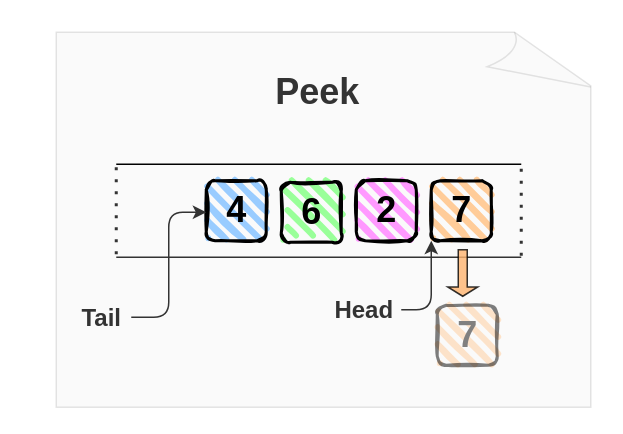
Earlier version of the draw.io diagram page "Peek" (2 of 5) of content/posts/123-javascript-queue/diagrams/queue.drawio (panzerdp/dmitripavlutin.com). Source tidied: cells renumbered, new cells numbered last; positions are measured from the earlier drawing's top-left corner, leaving out a move shared by most shapes. Both pictures are drawn from the tidied source at 150%, with x=0, y=0 at pixel (26, 32).
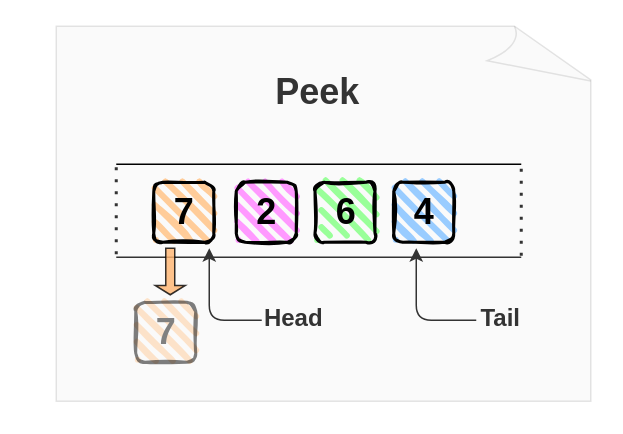
Above is the later version.

Diff of the diagram source:
```diff
@@
     <mxCell id="2" style="whiteSpace=wrap;html=1;shape=mxgraph.basic.document;rounded=1;fontSize=16;fontColor=#000099;opacity=10;sketch=0;fillColor=#CCCCCC;" parent="1" vertex="1">
-      <mxGeometry x="20" width="360" height="250" as="geometry" />
+      <mxGeometry x="20" y="-4" width="360" height="250" as="geometry" />
     </mxCell>
@@
-    <mxCell id="7" style="group;" parent="1" vertex="1">
-      <mxGeometry x="120" y="99" width="40" height="40" as="geometry" />
-    </mxCell>
-    <mxCell id="8" style="rounded=1;whiteSpace=wrap;html=1;strokeWidth=2;fillWeight=4;hachureGap=8;hachureAngle=45;sketch=1;fontSize=30;fontColor=#333333;fillColor=#99CCFF;" parent="7" vertex="1">
-      <mxGeometry width="40" height="40" as="geometry" />
-    </mxCell>
-    <mxCell id="9" value="4" style="text;strokeColor=none;fillColor=none;html=1;fontSize=24;fontStyle=1;verticalAlign=middle;align=center;rounded=1;" parent="7" vertex="1">
-      <mxGeometry x="5" y="5" width="30" height="30" as="geometry" />
-    </mxCell>
-    <mxCell id="10" style="group;" parent="1" vertex="1">
-      <mxGeometry x="170" y="100" width="60" height="56" as="geometry" />
-    </mxCell>
-    <mxCell id="11" style="rounded=1;whiteSpace=wrap;html=1;strokeWidth=2;fillWeight=4;hachureGap=8;hachureAngle=45;sketch=1;fontSize=30;fontColor=#333333;fillColor=#99FF99;" parent="10" vertex="1">
-      <mxGeometry width="40" height="40" as="geometry" />
-    </mxCell>
-    <mxCell id="12" value="6" style="text;strokeColor=none;fillColor=none;html=1;fontSize=24;fontStyle=1;verticalAlign=middle;align=center;rounded=1;" parent="10" vertex="1">
-      <mxGeometry x="5" y="5" width="30" height="30" as="geometry" />
-    </mxCell>
-    <mxCell id="13" style="group;" parent="1" vertex="1">
-      <mxGeometry x="220" y="99" width="40" height="40" as="geometry" />
-    </mxCell>
-    <mxCell id="14" style="rounded=1;whiteSpace=wrap;html=1;strokeWidth=2;fillWeight=4;hachureGap=8;hachureAngle=45;sketch=1;fontSize=30;fontColor=#333333;fillColor=#FF99FF;" parent="13" vertex="1">
-      <mxGeometry width="40" height="40" as="geometry" />
-    </mxCell>
-    <mxCell id="15" value="2" style="text;strokeColor=none;fillColor=none;html=1;fontSize=24;fontStyle=1;verticalAlign=middle;align=center;rounded=1;" parent="13" vertex="1">
-      <mxGeometry x="5" y="5" width="30" height="30" as="geometry" />
-    </mxCell>
-    <mxCell id="16" style="group;" parent="1" vertex="1">
-      <mxGeometry x="270" y="99" width="40" height="40" as="geometry" />
-    </mxCell>
-    <mxCell id="17" style="rounded=1;whiteSpace=wrap;html=1;strokeWidth=2;fillWeight=4;hachureGap=8;hachureAngle=45;sketch=1;fontSize=30;fontColor=#333333;fillColor=#FFCC99;" parent="16" vertex="1">
-      <mxGeometry width="40" height="40" as="geometry" />
-    </mxCell>
-    <mxCell id="18" value="7" style="text;strokeColor=none;fillColor=none;html=1;fontSize=24;fontStyle=1;verticalAlign=middle;align=center;rounded=1;" parent="16" vertex="1">
-      <mxGeometry x="5" y="5" width="30" height="30" as="geometry" />
-    </mxCell>
-    <mxCell id="19" value="Tail" style="text;strokeColor=none;fillColor=none;html=1;fontSize=16;fontStyle=1;verticalAlign=middle;align=center;rounded=1;fontColor=#333333;" parent="1" vertex="1">
-      <mxGeometry y="170" width="100" height="40" as="geometry" />
-    </mxCell>
-    <mxCell id="20" style="edgeStyle=elbowEdgeStyle;elbow=horizontal;endArrow=classic;html=1;strokeColor=#333333;fontSize=20;fontColor=#000099;" parent="1" edge="1">
-      <mxGeometry relative="1" as="geometry">
-        <mxPoint x="70" y="190" as="sourcePoint" />
-        <mxPoint x="120" y="120" as="targetPoint" />
-      </mxGeometry>
-    </mxCell>
-    <mxCell id="21" style="edgeStyle=segmentEdgeStyle;endArrow=classic;html=1;strokeColor=#333333;fontSize=16;fontColor=#000099;entryX=0;entryY=1;entryDx=0;entryDy=0;" parent="1" edge="1" source="22" target="17">
-      <mxGeometry relative="1" as="geometry" />
-    </mxCell>
-    <mxCell id="22" value="Head" style="text;strokeColor=none;fillColor=none;html=1;fontSize=16;fontStyle=1;verticalAlign=middle;align=center;rounded=1;fontColor=#333333;" parent="1" vertex="1">
-      <mxGeometry x="200" y="170" width="50" height="30" as="geometry" />
-    </mxCell>
@@
     <mxCell id="24" style="shape=singleArrow;direction=south;whiteSpace=wrap;html=1;fontColor=#000000;fillColor=#FFB570;opacity=80;" parent="1" vertex="1">
-      <mxGeometry x="281" y="145" width="20" height="31" as="geometry" />
+      <mxGeometry x="86" y="144" width="20" height="31" as="geometry" />
     </mxCell>
     <mxCell id="25" style="group;opacity=50;textOpacity=50;fontColor=#808080;" parent="1" vertex="1">
-      <mxGeometry x="274" y="182" width="40" height="40" as="geometry" />
+      <mxGeometry x="73" y="180" width="40" height="40" as="geometry" />
     </mxCell>
@@
+    <mxCell id="28" style="group;" parent="1" vertex="1">
+      <mxGeometry x="245" y="100" width="40" height="40" as="geometry" />
+    </mxCell>
+    <mxCell id="8" style="rounded=1;whiteSpace=wrap;html=1;strokeWidth=2;fillWeight=4;hachureGap=8;hachureAngle=45;sketch=1;fontSize=30;fontColor=#333333;fillColor=#99CCFF;" parent="28" vertex="1">
+      <mxGeometry width="40" height="40" as="geometry" />
+    </mxCell>
+    <mxCell id="9" value="4" style="text;strokeColor=none;fillColor=none;html=1;fontSize=24;fontStyle=1;verticalAlign=middle;align=center;rounded=1;" parent="28" vertex="1">
+      <mxGeometry x="5" y="5" width="30" height="30" as="geometry" />
+    </mxCell>
+    <mxCell id="29" style="group;" parent="1" vertex="1">
+      <mxGeometry x="192.5" y="100" width="35" height="50" as="geometry" />
+    </mxCell>
+    <mxCell id="11" style="rounded=1;whiteSpace=wrap;html=1;strokeWidth=2;fillWeight=4;hachureGap=8;hachureAngle=45;sketch=1;fontSize=30;fontColor=#333333;fillColor=#99FF99;" parent="29" vertex="1">
+      <mxGeometry width="40" height="40" as="geometry" />
+    </mxCell>
+    <mxCell id="12" value="6" style="text;strokeColor=none;fillColor=none;html=1;fontSize=24;fontStyle=1;verticalAlign=middle;align=center;rounded=1;" parent="29" vertex="1">
+      <mxGeometry x="5" y="5" width="30" height="30" as="geometry" />
+    </mxCell>
+    <mxCell id="30" style="group;" parent="1" vertex="1">
+      <mxGeometry x="140" y="100" width="40" height="40" as="geometry" />
+    </mxCell>
+    <mxCell id="14" style="rounded=1;whiteSpace=wrap;html=1;strokeWidth=2;fillWeight=4;hachureGap=8;hachureAngle=45;sketch=1;fontSize=30;fontColor=#333333;fillColor=#FF99FF;" parent="30" vertex="1">
+      <mxGeometry width="40" height="40" as="geometry" />
+    </mxCell>
+    <mxCell id="15" value="2" style="text;strokeColor=none;fillColor=none;html=1;fontSize=24;fontStyle=1;verticalAlign=middle;align=center;rounded=1;" parent="30" vertex="1">
+      <mxGeometry x="5" y="5" width="30" height="30" as="geometry" />
+    </mxCell>
+    <mxCell id="31" style="group;" parent="1" vertex="1">
+      <mxGeometry x="85" y="100" width="40" height="40" as="geometry" />
+    </mxCell>
+    <mxCell id="17" style="rounded=1;whiteSpace=wrap;html=1;strokeWidth=2;fillWeight=4;hachureGap=8;hachureAngle=45;sketch=1;fontSize=30;fontColor=#333333;fillColor=#FFCC99;" parent="31" vertex="1">
+      <mxGeometry width="40" height="40" as="geometry" />
+    </mxCell>
+    <mxCell id="18" value="7" style="text;strokeColor=none;fillColor=none;html=1;fontSize=24;fontStyle=1;verticalAlign=middle;align=center;rounded=1;" parent="31" vertex="1">
+      <mxGeometry x="5" y="5" width="30" height="30" as="geometry" />
+    </mxCell>
+    <mxCell id="19" value="Tail" style="text;strokeColor=none;fillColor=none;html=1;fontSize=16;fontStyle=1;verticalAlign=middle;align=center;rounded=1;fontColor=#333333;" parent="1" vertex="1">
+      <mxGeometry x="266" y="170" width="100" height="40" as="geometry" />
+    </mxCell>
+    <mxCell id="32" style="edgeStyle=segmentEdgeStyle;endArrow=classic;html=1;strokeColor=#333333;fontSize=16;fontColor=#000099;" parent="1" edge="1">
+      <mxGeometry relative="1" as="geometry">
+        <mxPoint x="157" y="192" as="sourcePoint" />
+        <mxPoint x="122" y="144" as="targetPoint" />
+      </mxGeometry>
+    </mxCell>
+    <mxCell id="22" value="Head" style="text;strokeColor=none;fillColor=none;html=1;fontSize=16;fontStyle=1;verticalAlign=middle;align=center;rounded=1;fontColor=#333333;" parent="1" vertex="1">
+      <mxGeometry x="138" y="175" width="80" height="30" as="geometry" />
+    </mxCell>
+    <mxCell id="33" style="edgeStyle=segmentEdgeStyle;endArrow=classic;html=1;strokeColor=#333333;fontSize=16;fontColor=#000099;" parent="1" edge="1">
+      <mxGeometry relative="1" as="geometry">
+        <mxPoint x="300" y="192" as="sourcePoint" />
+        <mxPoint x="260" y="144" as="targetPoint" />
+      </mxGeometry>
+    </mxCell>
```
